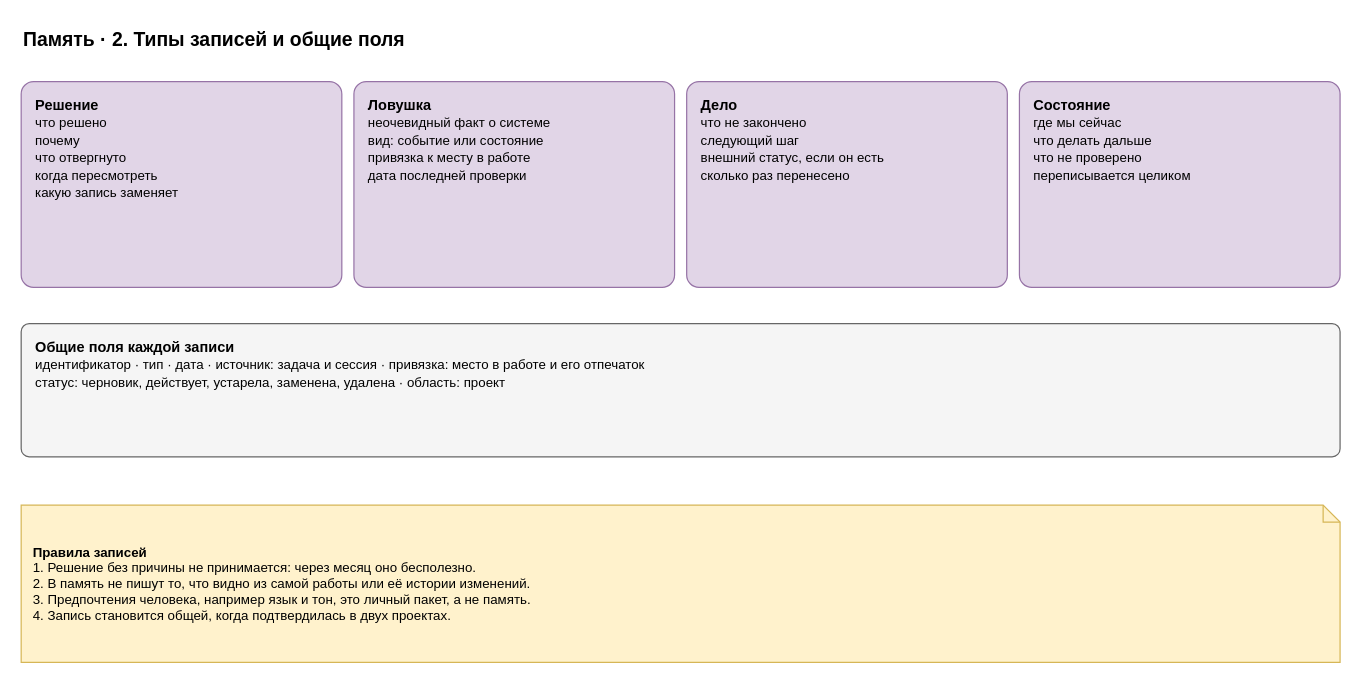
This is page "2. Типы записей" (2 of 7) of docs/spec/harness-memory.drawio from roygkov/reins, a draw.io file, before an edit. Source tidied: cells renumbered, new cells numbered last; positions are measured from the earlier drawing's top-left corner, leaving out a move shared by most shapes. Both pictures are drawn from the tidied source at 121%, with x=0, y=0 at pixel (21, 21).
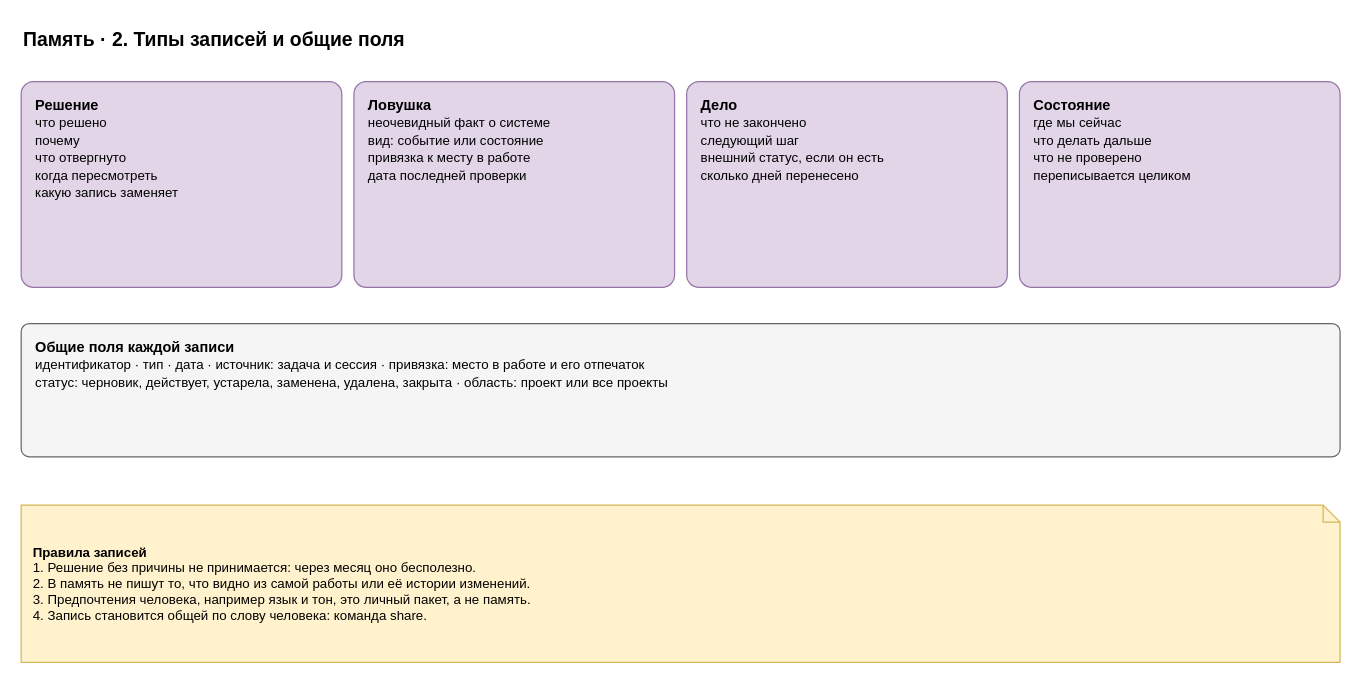
The same page after the edit.

What changed in the source:
```diff
@@
 <mxGraphModel>
   <root>
     <mxCell id="0" />
     <mxCell id="1" parent="0" />
     <mxCell id="2" value="Память · 2. Типы записей и общие поля" style="text;html=1;align=left;verticalAlign=middle;whiteSpace=wrap;fontSize=16;strokeColor=none;fillColor=none;fontStyle=1;" parent="1" vertex="1">
       <mxGeometry width="900" height="30" as="geometry" />
     </mxCell>
     <mxCell id="3" value="&lt;b&gt;Решение&lt;/b&gt;&lt;br&gt;&lt;font style=&quot;font-size:11px&quot;&gt;что решено&lt;br&gt;почему&lt;br&gt;что отвергнуто&lt;br&gt;когда пересмотреть&lt;br&gt;какую запись заменяет&lt;/font&gt;" style="rounded=1;whiteSpace=wrap;html=1;fillColor=#e1d5e7;strokeColor=#9673a6;arcSize=6;align=left;verticalAlign=top;spacingLeft=10;spacingTop=6;spacingRight=6;" parent="1" vertex="1">
       <mxGeometry y="50" width="265" height="170" as="geometry" />
     </mxCell>
     <mxCell id="4" value="&lt;b&gt;Ловушка&lt;/b&gt;&lt;br&gt;&lt;font style=&quot;font-size:11px&quot;&gt;неочевидный факт о системе&lt;br&gt;вид: событие или состояние&lt;br&gt;привязка к месту в работе&lt;br&gt;дата последней проверки&lt;/font&gt;" style="rounded=1;whiteSpace=wrap;html=1;fillColor=#e1d5e7;strokeColor=#9673a6;arcSize=6;align=left;verticalAlign=top;spacingLeft=10;spacingTop=6;spacingRight=6;" parent="1" vertex="1">
       <mxGeometry x="275" y="50" width="265" height="170" as="geometry" />
     </mxCell>
-    <mxCell id="5" value="&lt;b&gt;Дело&lt;/b&gt;&lt;br&gt;&lt;font style=&quot;font-size:11px&quot;&gt;что не закончено&lt;br&gt;следующий шаг&lt;br&gt;внешний статус, если он есть&lt;br&gt;сколько раз перенесено&lt;/font&gt;" style="rounded=1;whiteSpace=wrap;html=1;fillColor=#e1d5e7;strokeColor=#9673a6;arcSize=6;align=left;verticalAlign=top;spacingLeft=10;spacingTop=6;spacingRight=6;" parent="1" vertex="1">
+    <mxCell id="5" value="&lt;b&gt;Дело&lt;/b&gt;&lt;br&gt;&lt;font style=&quot;font-size:11px&quot;&gt;что не закончено&lt;br&gt;следующий шаг&lt;br&gt;внешний статус, если он есть&lt;br&gt;сколько дней перенесено&lt;/font&gt;" style="rounded=1;whiteSpace=wrap;html=1;fillColor=#e1d5e7;strokeColor=#9673a6;arcSize=6;align=left;verticalAlign=top;spacingLeft=10;spacingTop=6;spacingRight=6;" parent="1" vertex="1">
       <mxGeometry x="550" y="50" width="265" height="170" as="geometry" />
     </mxCell>
     <mxCell id="6" value="&lt;b&gt;Состояние&lt;/b&gt;&lt;br&gt;&lt;font style=&quot;font-size:11px&quot;&gt;где мы сейчас&lt;br&gt;что делать дальше&lt;br&gt;что не проверено&lt;br&gt;переписывается целиком&lt;/font&gt;" style="rounded=1;whiteSpace=wrap;html=1;fillColor=#e1d5e7;strokeColor=#9673a6;arcSize=6;align=left;verticalAlign=top;spacingLeft=10;spacingTop=6;spacingRight=6;" parent="1" vertex="1">
       <mxGeometry x="825" y="50" width="265" height="170" as="geometry" />
     </mxCell>
-    <mxCell id="7" value="&lt;b&gt;Общие поля каждой записи&lt;/b&gt;&lt;br&gt;&lt;font style=&quot;font-size:11px&quot;&gt;идентификатор · тип · дата · источник: задача и сессия · привязка: место в работе и его отпечаток&lt;br&gt;статус: черновик, действует, устарела, заменена, удалена · область: проект&lt;/font&gt;" style="rounded=1;whiteSpace=wrap;html=1;fillColor=#f5f5f5;strokeColor=#666666;arcSize=6;align=left;verticalAlign=top;spacingLeft=10;spacingTop=6;spacingRight=6;" parent="1" vertex="1">
+    <mxCell id="7" value="&lt;b&gt;Общие поля каждой записи&lt;/b&gt;&lt;br&gt;&lt;font style=&quot;font-size:11px&quot;&gt;идентификатор · тип · дата · источник: задача и сессия · привязка: место в работе и его отпечаток&lt;br&gt;статус: черновик, действует, устарела, заменена, удалена, закрыта · область: проект или все проекты&lt;/font&gt;" style="rounded=1;whiteSpace=wrap;html=1;fillColor=#f5f5f5;strokeColor=#666666;arcSize=6;align=left;verticalAlign=top;spacingLeft=10;spacingTop=6;spacingRight=6;" parent="1" vertex="1">
       <mxGeometry y="250" width="1090" height="110" as="geometry" />
     </mxCell>
-    <mxCell id="8" value="&lt;b&gt;Правила записей&lt;/b&gt;&lt;br&gt;1. Решение без причины не принимается: через месяц оно бесполезно.&lt;br&gt;2. В память не пишут то, что видно из самой работы или её истории изменений.&lt;br&gt;3. Предпочтения человека, например язык и тон, это личный пакет, а не память.&lt;br&gt;4. Запись становится общей, когда подтвердилась в двух проектах." style="shape=note;whiteSpace=wrap;html=1;backgroundOutline=1;size=14;fillColor=#fff2cc;strokeColor=#d6b656;align=left;spacingLeft=8;spacingRight=8;fontSize=11;" parent="1" vertex="1">
+    <mxCell id="8" value="&lt;b&gt;Правила записей&lt;/b&gt;&lt;br&gt;1. Решение без причины не принимается: через месяц оно бесполезно.&lt;br&gt;2. В память не пишут то, что видно из самой работы или её истории изменений.&lt;br&gt;3. Предпочтения человека, например язык и тон, это личный пакет, а не память.&lt;br&gt;4. Запись становится общей по слову человека: команда share." style="shape=note;whiteSpace=wrap;html=1;backgroundOutline=1;size=14;fillColor=#fff2cc;strokeColor=#d6b656;align=left;spacingLeft=8;spacingRight=8;fontSize=11;" parent="1" vertex="1">
       <mxGeometry y="400" width="1090" height="130" as="geometry" />
     </mxCell>
   </root>
 </mxGraphModel>
```
